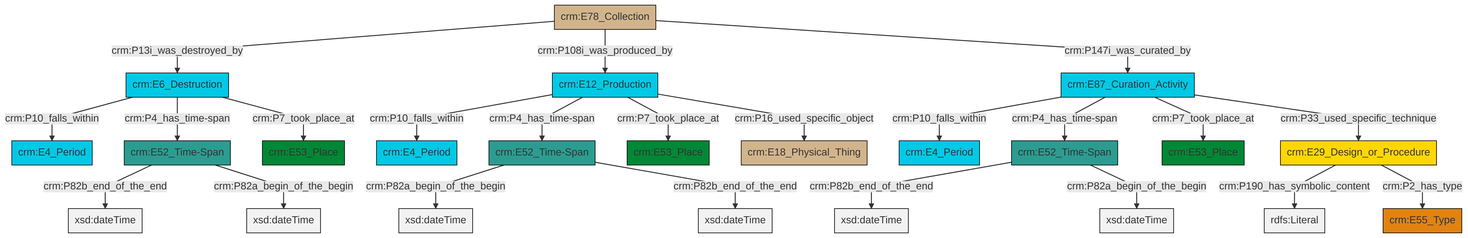
Earlier version of the Mermaid export et/archivalCSV/ttl/mmd/png/archival_existence.png (swiss-art-research-net/docs.swissartresearch). Its source is kept beside it as et/archivalCSV/ttl/mmd/archival_existence.ttl.mmd.
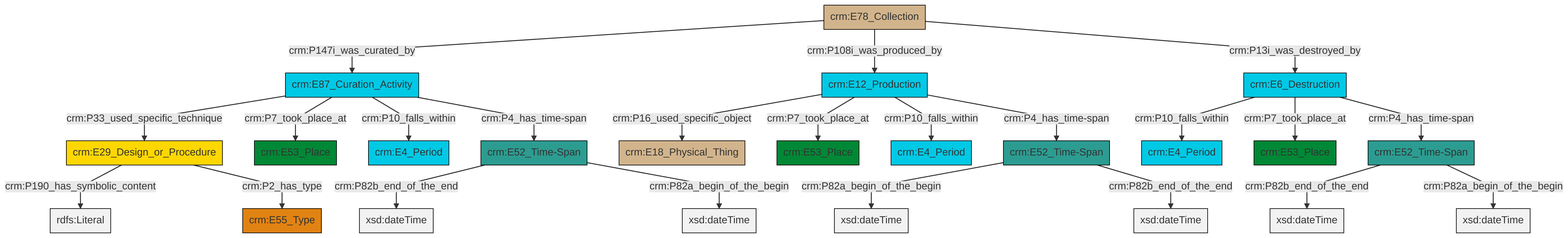
Above is the later version.

The edit, as a diff of the source:
```diff
@@ -13,25 +13,25 @@
 classDef PC_Classes fill:#4ce600, stroke:#000000;
 classDef Multi fill:#cccccc,stroke:#000000;
 
-2["crm:E52_Time-Span"]:::Time-Span -->|crm:P82a_begin_of_the_begin| 3[xsd:dateTime]:::Literal
-6["crm:E12_Production"]:::Temporal_Entity -->|crm:P10_falls_within| 7["crm:E4_Period"]:::Temporal_Entity
-8["crm:E78_Collection"]:::Physical_Thing -->|crm:P13i_was_destroyed_by| 9["crm:E6_Destruction"]:::Temporal_Entity
-2["crm:E52_Time-Span"]:::Time-Span -->|crm:P82b_end_of_the_end| 10[xsd:dateTime]:::Literal
-6["crm:E12_Production"]:::Temporal_Entity -->|crm:P4_has_time-span| 2["crm:E52_Time-Span"]:::Time-Span
-14["crm:E52_Time-Span"]:::Time-Span -->|crm:P82b_end_of_the_end| 15[xsd:dateTime]:::Literal
-16["crm:E29_Design_or_Procedure"]:::Conceptual_Object -->|crm:P190_has_symbolic_content| 17[rdfs:Literal]:::Literal
-9["crm:E6_Destruction"]:::Temporal_Entity -->|crm:P10_falls_within| 18["crm:E4_Period"]:::Temporal_Entity
-19["crm:E87_Curation_Activity"]:::Temporal_Entity -->|crm:P10_falls_within| 20["crm:E4_Period"]:::Temporal_Entity
-19["crm:E87_Curation_Activity"]:::Temporal_Entity -->|crm:P4_has_time-span| 21["crm:E52_Time-Span"]:::Time-Span
-6["crm:E12_Production"]:::Temporal_Entity -->|crm:P7_took_place_at| 4["crm:E53_Place"]:::Place
-19["crm:E87_Curation_Activity"]:::Temporal_Entity -->|crm:P7_took_place_at| 12["crm:E53_Place"]:::Place
-6["crm:E12_Production"]:::Temporal_Entity -->|crm:P16_used_specific_object| 24["crm:E18_Physical_Thing"]:::Physical_Thing
-21["crm:E52_Time-Span"]:::Time-Span -->|crm:P82b_end_of_the_end| 26[xsd:dateTime]:::Literal
-9["crm:E6_Destruction"]:::Temporal_Entity -->|crm:P4_has_time-span| 14["crm:E52_Time-Span"]:::Time-Span
-16["crm:E29_Design_or_Procedure"]:::Conceptual_Object -->|crm:P2_has_type| 0["crm:E55_Type"]:::Type
-8["crm:E78_Collection"]:::Physical_Thing -->|crm:P108i_was_produced_by| 6["crm:E12_Production"]:::Temporal_Entity
-21["crm:E52_Time-Span"]:::Time-Span -->|crm:P82a_begin_of_the_begin| 29[xsd:dateTime]:::Literal
-19["crm:E87_Curation_Activity"]:::Temporal_Entity -->|crm:P33_used_specific_technique| 16["crm:E29_Design_or_Procedure"]:::Conceptual_Object
-8["crm:E78_Collection"]:::Physical_Thing -->|crm:P147i_was_curated_by| 19["crm:E87_Curation_Activity"]:::Temporal_Entity
-9["crm:E6_Destruction"]:::Temporal_Entity -->|crm:P7_took_place_at| 33["crm:E53_Place"]:::Place
-14["crm:E52_Time-Span"]:::Time-Span -->|crm:P82a_begin_of_the_begin| 35[xsd:dateTime]:::Literal
+0["crm:E87_Curation_Activity"]:::Temporal_Entity -->|crm:P33_used_specific_technique| 1["crm:E29_Design_or_Procedure"]:::Conceptual_Object
+4["crm:E52_Time-Span"]:::Time-Span -->|crm:P82b_end_of_the_end| 5[xsd:dateTime]:::Literal
+6["crm:E52_Time-Span"]:::Time-Span -->|crm:P82a_begin_of_the_begin| 7[xsd:dateTime]:::Literal
+10["crm:E78_Collection"]:::Physical_Thing -->|crm:P147i_was_curated_by| 0["crm:E87_Curation_Activity"]:::Temporal_Entity
+1["crm:E29_Design_or_Procedure"]:::Conceptual_Object -->|crm:P190_has_symbolic_content| 11[rdfs:Literal]:::Literal
+4["crm:E52_Time-Span"]:::Time-Span -->|crm:P82a_begin_of_the_begin| 12[xsd:dateTime]:::Literal
+0["crm:E87_Curation_Activity"]:::Temporal_Entity -->|crm:P7_took_place_at| 14["crm:E53_Place"]:::Place
+10["crm:E78_Collection"]:::Physical_Thing -->|crm:P108i_was_produced_by| 19["crm:E12_Production"]:::Temporal_Entity
+8["crm:E6_Destruction"]:::Temporal_Entity -->|crm:P10_falls_within| 2["crm:E4_Period"]:::Temporal_Entity
+21["crm:E52_Time-Span"]:::Time-Span -->|crm:P82b_end_of_the_end| 22[xsd:dateTime]:::Literal
+8["crm:E6_Destruction"]:::Temporal_Entity -->|crm:P7_took_place_at| 23["crm:E53_Place"]:::Place
+0["crm:E87_Curation_Activity"]:::Temporal_Entity -->|crm:P10_falls_within| 15["crm:E4_Period"]:::Temporal_Entity
+19["crm:E12_Production"]:::Temporal_Entity -->|crm:P16_used_specific_object| 25["crm:E18_Physical_Thing"]:::Physical_Thing
+1["crm:E29_Design_or_Procedure"]:::Conceptual_Object -->|crm:P2_has_type| 17["crm:E55_Type"]:::Type
+19["crm:E12_Production"]:::Temporal_Entity -->|crm:P7_took_place_at| 28["crm:E53_Place"]:::Place
+0["crm:E87_Curation_Activity"]:::Temporal_Entity -->|crm:P4_has_time-span| 4["crm:E52_Time-Span"]:::Time-Span
+21["crm:E52_Time-Span"]:::Time-Span -->|crm:P82a_begin_of_the_begin| 31[xsd:dateTime]:::Literal
+19["crm:E12_Production"]:::Temporal_Entity -->|crm:P10_falls_within| 26["crm:E4_Period"]:::Temporal_Entity
+8["crm:E6_Destruction"]:::Temporal_Entity -->|crm:P4_has_time-span| 21["crm:E52_Time-Span"]:::Time-Span
+10["crm:E78_Collection"]:::Physical_Thing -->|crm:P13i_was_destroyed_by| 8["crm:E6_Destruction"]:::Temporal_Entity
+6["crm:E52_Time-Span"]:::Time-Span -->|crm:P82b_end_of_the_end| 36[xsd:dateTime]:::Literal
+19["crm:E12_Production"]:::Temporal_Entity -->|crm:P4_has_time-span| 6["crm:E52_Time-Span"]:::Time-Span
```
